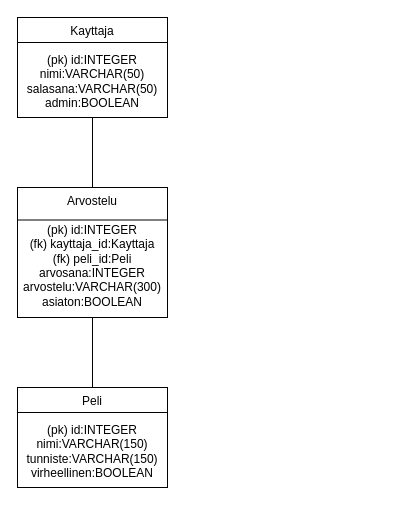
Above: documentation/Peliarvostelupalvelu tietokantakaavio.drawio in Jeeses313/Peliarvostelupalvelu (draw.io), before the change. Source tidied: cells renumbered, new cells numbered last; positions are measured from the earlier drawing's top-left corner, leaving out a move shared by most shapes. Both pictures are drawn from the tidied source at 100%, with x=0, y=0 at pixel (17, 17).
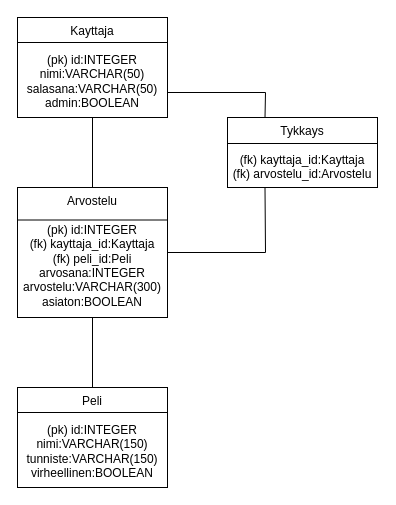
After the change.

Diff of the diagram source:
```diff
@@
 <mxGraphModel>
   <root>
     <mxCell id="0" />
     <mxCell id="1" parent="0" />
     <mxCell id="2" value="&lt;div&gt;Kayttaja&lt;/div&gt;&lt;div&gt;&lt;br&gt;&lt;/div&gt;&lt;div&gt;(pk) id:INTEGER&lt;/div&gt;&lt;div&gt;nimi:VARCHAR(50)&lt;/div&gt;&lt;div&gt;salasana:VARCHAR(50)&lt;/div&gt;&lt;div&gt;admin:BOOLEAN&lt;br&gt;&lt;/div&gt;" style="rounded=0;whiteSpace=wrap;html=1;verticalAlign=top;" parent="1" vertex="1">
       <mxGeometry width="150" height="100" as="geometry" />
     </mxCell>
     <mxCell id="3" value="&lt;div&gt;Arvostelu&lt;/div&gt;&lt;div&gt;&lt;br&gt;&lt;/div&gt;&lt;div&gt;(pk) id:INTEGER&lt;br&gt;&lt;/div&gt;&lt;div&gt;(fk) kayttaja_id:Kayttaja&lt;/div&gt;&lt;div&gt;(fk) peli_id:Peli&lt;br&gt;&lt;/div&gt;&lt;div&gt;arvosana:INTEGER&lt;/div&gt;&lt;div&gt;arvostelu:VARCHAR(300)&lt;br&gt;&lt;/div&gt;&lt;div&gt;asiaton:BOOLEAN&lt;br&gt;&lt;/div&gt;" style="rounded=0;whiteSpace=wrap;html=1;verticalAlign=top;" parent="1" vertex="1">
       <mxGeometry y="170" width="150" height="130" as="geometry" />
     </mxCell>
     <mxCell id="4" value="&lt;div&gt;Peli&lt;br&gt;&lt;/div&gt;&lt;div&gt;&lt;br&gt;&lt;/div&gt;&lt;div&gt;(pk) id:INTEGER&lt;/div&gt;&lt;div&gt;nimi:VARCHAR(150)&lt;/div&gt;&lt;div&gt;tunniste:VARCHAR(150)&lt;/div&gt;&lt;div&gt;virheellinen:BOOLEAN&lt;br&gt;&lt;/div&gt;" style="rounded=0;whiteSpace=wrap;html=1;verticalAlign=top;" parent="1" vertex="1">
       <mxGeometry y="370" width="150" height="100" as="geometry" />
     </mxCell>
     <mxCell id="5" style="endArrow=none;html=1;entryX=1;entryY=0.25;entryDx=0;entryDy=0;exitX=0;exitY=0.25;exitDx=0;exitDy=0;" parent="1" edge="1" source="2" target="2">
       <mxGeometry relative="1" as="geometry" />
     </mxCell>
     <mxCell id="6" style="endArrow=none;html=1;entryX=1;entryY=0.25;entryDx=0;entryDy=0;exitX=0;exitY=0.25;exitDx=0;exitDy=0;" parent="1" edge="1" source="3" target="3">
       <mxGeometry relative="1" as="geometry" />
     </mxCell>
     <mxCell id="7" style="endArrow=none;html=1;entryX=0.5;entryY=1;entryDx=0;entryDy=0;exitX=0.5;exitY=0;exitDx=0;exitDy=0;" parent="1" edge="1" source="4" target="3">
       <mxGeometry relative="1" as="geometry" />
     </mxCell>
     <mxCell id="8" style="endArrow=none;html=1;entryX=0.5;entryY=1;entryDx=0;entryDy=0;exitX=0.5;exitY=0;exitDx=0;exitDy=0;" parent="1" edge="1" source="3" target="2">
       <mxGeometry relative="1" as="geometry" />
     </mxCell>
     <mxCell id="9" style="endArrow=none;html=1;entryX=1;entryY=0.25;entryDx=0;entryDy=0;exitX=0;exitY=0.25;exitDx=0;exitDy=0;" parent="1" edge="1" source="4" target="4">
       <mxGeometry relative="1" as="geometry" />
     </mxCell>
+    <mxCell id="10" value="&lt;div&gt;Tykkays&lt;/div&gt;&lt;div&gt;&lt;br&gt;&lt;/div&gt;&lt;div&gt;(fk) kayttaja_id:Kayttaja&lt;br&gt;&lt;/div&gt;&lt;div&gt;(fk) arvostelu_id:Arvostelu&lt;br&gt;&lt;/div&gt;&lt;div&gt;&lt;br&gt;&lt;/div&gt;" style="rounded=0;whiteSpace=wrap;html=1;verticalAlign=top;" parent="1" vertex="1">
+      <mxGeometry x="210" y="100" width="150" height="70" as="geometry" />
+    </mxCell>
+    <mxCell id="11" style="endArrow=none;html=1;entryX=1;entryY=0.75;entryDx=0;entryDy=0;" parent="1" edge="1" target="2">
+      <mxGeometry relative="1" as="geometry">
+        <mxPoint x="248" y="75" as="sourcePoint" />
+      </mxGeometry>
+    </mxCell>
+    <mxCell id="12" style="endArrow=none;html=1;entryX=0.25;entryY=0;entryDx=0;entryDy=0;" parent="1" edge="1" target="10">
+      <mxGeometry relative="1" as="geometry">
+        <mxPoint x="248" y="75" as="sourcePoint" />
+      </mxGeometry>
+    </mxCell>
+    <mxCell id="13" style="endArrow=none;html=1;entryX=1;entryY=0.5;entryDx=0;entryDy=0;" parent="1" edge="1" target="3">
+      <mxGeometry relative="1" as="geometry">
+        <mxPoint x="248" y="235" as="sourcePoint" />
+      </mxGeometry>
+    </mxCell>
+    <mxCell id="14" style="endArrow=none;html=1;entryX=0.25;entryY=1;entryDx=0;entryDy=0;" parent="1" edge="1" target="10">
+      <mxGeometry relative="1" as="geometry">
+        <mxPoint x="248" y="235" as="sourcePoint" />
+      </mxGeometry>
+    </mxCell>
+    <mxCell id="15" style="endArrow=none;html=1;entryX=1;entryY=0.25;entryDx=0;entryDy=0;exitX=0;exitY=0.25;exitDx=0;exitDy=0;" parent="1" edge="1">
+      <mxGeometry relative="1" as="geometry">
+        <mxPoint x="210" y="126" as="sourcePoint" />
+        <mxPoint x="360" y="126" as="targetPoint" />
+      </mxGeometry>
+    </mxCell>
   </root>
 </mxGraphModel>
```
